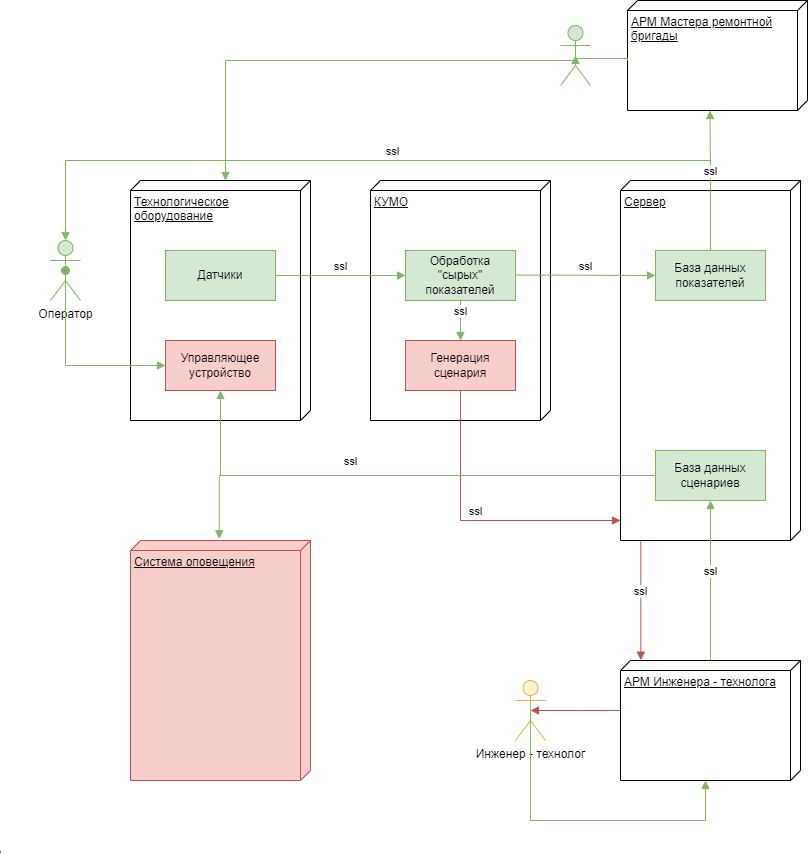
LaymBoro/course_cyberimmune_dev keeps this draw.io diagram as архитектура КУМО.png. Above is the earlier version. Source tidied: cells renumbered, new cells last; positions are measured from the earlier drawing's top-left corner, leaving out a move shared by most shapes.
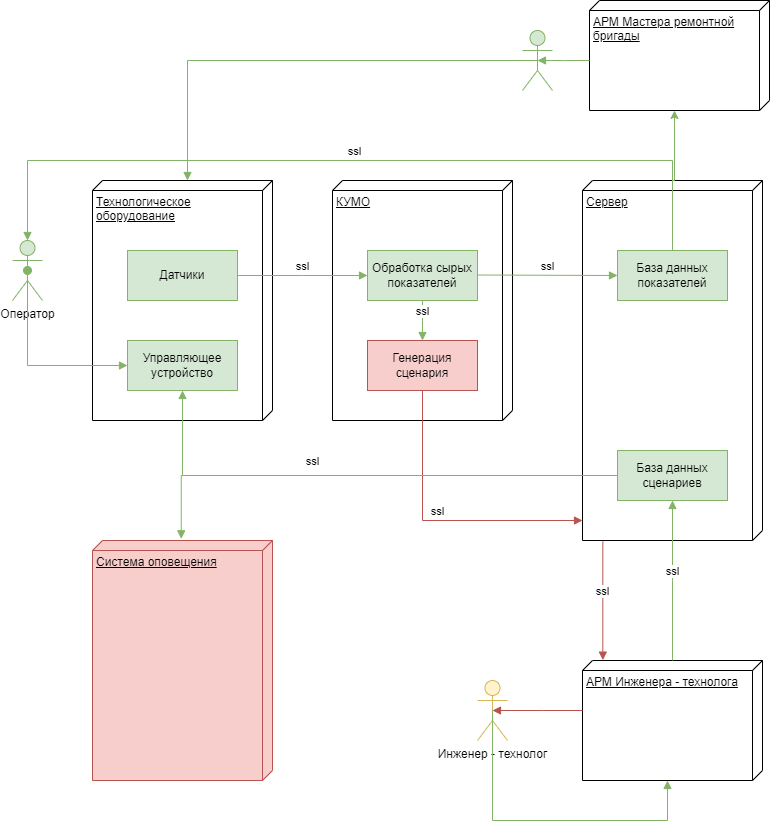
Above is the later version.

Change to the diagram source:
```diff
@@ -14,7 +14,7 @@
     <mxCell id="5" value="КУМО" style="verticalAlign=top;align=left;spacingTop=8;spacingLeft=2;spacingRight=12;shape=cube;size=10;direction=south;fontStyle=4;html=1;whiteSpace=wrap;" parent="1" vertex="1">
       <mxGeometry x="320" y="180" width="180" height="240" as="geometry" />
     </mxCell>
-    <mxCell id="6" value="Обработка &quot;сырых&quot; показателей" style="html=1;whiteSpace=wrap;fillColor=#d5e8d4;strokeColor=#82b366;" parent="1" vertex="1">
+    <mxCell id="6" value="Обработка сырых показателей" style="html=1;whiteSpace=wrap;fillColor=#d5e8d4;strokeColor=#82b366;" parent="1" vertex="1">
       <mxGeometry x="355" y="250" width="110" height="50" as="geometry" />
     </mxCell>
     <mxCell id="7" value="Сервер" style="verticalAlign=top;align=left;spacingTop=8;spacingLeft=2;spacingRight=12;shape=cube;size=10;direction=south;fontStyle=4;html=1;whiteSpace=wrap;" parent="1" vertex="1">
@@ -23,6 +23,9 @@
     <mxCell id="8" value="ssl" style="html=1;verticalAlign=bottom;endArrow=block;edgeStyle=elbowEdgeStyle;elbow=vertical;curved=0;rounded=0;exitX=1;exitY=0.5;exitDx=0;exitDy=0;entryX=0;entryY=0.5;entryDx=0;entryDy=0;fillColor=#d5e8d4;strokeColor=#82b366;" parent="1" edge="1" source="3" target="6">
       <mxGeometry relative="1" as="geometry" />
     </mxCell>
+    <mxCell id="32" style="edgeStyle=orthogonalEdgeStyle;rounded=0;jettySize=auto;html=1;exitX=0.5;exitY=0;exitDx=0;exitDy=0;entryX=0;entryY=0;entryDx=110;entryDy=95;entryPerimeter=0;fillColor=#d5e8d4;strokeColor=#82b366;" parent="1" edge="1" source="9" target="18">
+      <mxGeometry relative="1" as="geometry" />
+    </mxCell>
     <mxCell id="9" value="База данных показателей" style="html=1;whiteSpace=wrap;fillColor=#d5e8d4;strokeColor=#82b366;" parent="1" vertex="1">
       <mxGeometry x="605" y="250" width="110" height="50" as="geometry" />
     </mxCell>
@@ -44,10 +47,10 @@
     <mxCell id="13" value="ssl" style="html=1;verticalAlign=bottom;endArrow=block;edgeStyle=elbowEdgeStyle;elbow=vertical;curved=0;rounded=0;exitX=0.5;exitY=1;exitDx=0;exitDy=0;entryX=0.5;entryY=0;entryDx=0;entryDy=0;fillColor=#d5e8d4;strokeColor=#82b366;" parent="1" edge="1" source="6" target="12">
       <mxGeometry relative="1" as="geometry" />
     </mxCell>
-    <mxCell id="14" value="Управляющее устройство" style="html=1;whiteSpace=wrap;fillColor=#f8cecc;strokeColor=#b85450;" parent="1" vertex="1">
+    <mxCell id="14" value="Управляющее устройство" style="html=1;whiteSpace=wrap;fillColor=#d5e8d4;strokeColor=#82b366;" parent="1" vertex="1">
       <mxGeometry x="115" y="340" width="110" height="50" as="geometry" />
     </mxCell>
-    <mxCell id="15" value="dispatch" style="html=1;verticalAlign=bottom;startArrow=oval;startFill=1;endArrow=block;startSize=8;edgeStyle=elbowEdgeStyle;elbow=vertical;curved=0;rounded=0;exitX=0.5;exitY=0.5;exitDx=0;exitDy=0;exitPerimeter=0;entryX=0;entryY=0.5;entryDx=0;entryDy=0;fillColor=#d5e8d4;strokeColor=#82b366;" parent="1" edge="1" source="4" target="14">
+    <mxCell id="15" style="html=1;verticalAlign=bottom;startArrow=oval;startFill=1;endArrow=block;startSize=8;edgeStyle=elbowEdgeStyle;elbow=vertical;curved=0;rounded=0;exitX=0.5;exitY=0.5;exitDx=0;exitDy=0;exitPerimeter=0;entryX=0;entryY=0.5;entryDx=0;entryDy=0;fillColor=#d5e8d4;strokeColor=#82b366;" parent="1" edge="1" source="4" target="14">
       <mxGeometry x="-0.03" y="-497" relative="1" as="geometry">
         <Array as="points">
           <mxPoint x="20" y="365" />
@@ -96,7 +99,7 @@
     <mxCell id="22" value="Инженер - технолог" style="shape=umlActor;verticalLabelPosition=bottom;verticalAlign=top;html=1;fillColor=#fff2cc;strokeColor=#d6b656;" parent="1" vertex="1">
       <mxGeometry x="465" y="680" width="30" height="60" as="geometry" />
     </mxCell>
-    <mxCell id="23" value="ssl" style="html=1;verticalAlign=bottom;endArrow=block;edgeStyle=elbowEdgeStyle;elbow=vertical;curved=0;rounded=0;fillColor=#f8cecc;strokeColor=#b85450;entryX=0.5;entryY=0.5;entryDx=0;entryDy=0;entryPerimeter=0;" parent="1" edge="1" target="22">
+    <mxCell id="23" style="html=1;verticalAlign=bottom;endArrow=block;edgeStyle=elbowEdgeStyle;elbow=vertical;curved=0;rounded=0;fillColor=#f8cecc;strokeColor=#b85450;entryX=0.5;entryY=0.5;entryDx=0;entryDy=0;entryPerimeter=0;" parent="1" edge="1" target="22">
       <mxGeometry x="1" y="532" relative="1" as="geometry">
         <mxPoint x="570" y="710" as="sourcePoint" />
         <Array as="points">
@@ -111,7 +114,7 @@
         <mxPoint x="-510" y="-382" as="offset" />
       </mxGeometry>
     </mxCell>
-    <mxCell id="24" value="ssl" style="html=1;verticalAlign=bottom;endArrow=block;edgeStyle=elbowEdgeStyle;elbow=vertical;curved=0;rounded=0;exitX=0.5;exitY=0.5;exitDx=0;exitDy=0;exitPerimeter=0;entryX=0;entryY=0;entryDx=120;entryDy=95;entryPerimeter=0;fillColor=#d5e8d4;strokeColor=#82b366;" parent="1" edge="1" source="22" target="17">
+    <mxCell id="24" style="html=1;verticalAlign=bottom;endArrow=block;edgeStyle=elbowEdgeStyle;elbow=vertical;curved=0;rounded=0;exitX=0.5;exitY=0.5;exitDx=0;exitDy=0;exitPerimeter=0;entryX=0;entryY=0;entryDx=120;entryDy=95;entryPerimeter=0;fillColor=#d5e8d4;strokeColor=#82b366;" parent="1" edge="1" source="22" target="17">
       <mxGeometry x="-0.32" y="-512" relative="1" as="geometry">
         <Array as="points">
           <mxPoint x="570" y="820" />
@@ -124,12 +127,12 @@
         <mxPoint x="660" y="660" as="sourcePoint" />
       </mxGeometry>
     </mxCell>
-    <mxCell id="26" value="dispatch" style="html=1;verticalAlign=bottom;endArrow=block;edgeStyle=elbowEdgeStyle;elbow=vertical;curved=0;rounded=0;exitX=0;exitY=0.5;exitDx=0;exitDy=0;entryX=0.5;entryY=1;entryDx=0;entryDy=0;fillColor=#d5e8d4;strokeColor=#82b366;" parent="1" edge="1" source="20" target="14">
-      <mxGeometry x="0.67" y="434" relative="1" as="geometry">
+    <mxCell id="26" style="html=1;verticalAlign=bottom;endArrow=block;edgeStyle=elbowEdgeStyle;elbow=vertical;curved=0;rounded=0;exitX=0;exitY=0.5;exitDx=0;exitDy=0;entryX=0.5;entryY=1;entryDx=0;entryDy=0;fillColor=#d5e8d4;strokeColor=#82b366;" parent="1" edge="1" source="20" target="14">
+      <mxGeometry x="-1" y="-347" relative="1" as="geometry">
         <Array as="points">
           <mxPoint x="390" y="475" />
         </Array>
-        <mxPoint x="234" y="385" as="offset" />
+        <mxPoint x="145" y="32" as="offset" />
       </mxGeometry>
     </mxCell>
     <mxCell id="27" value="ssl" style="html=1;verticalAlign=bottom;endArrow=block;edgeStyle=elbowEdgeStyle;elbow=vertical;curved=0;rounded=0;entryX=-0.007;entryY=0.507;entryDx=0;entryDy=0;entryPerimeter=0;exitX=0;exitY=0.5;exitDx=0;exitDy=0;fillColor=#d5e8d4;strokeColor=#82b366;" parent="1" edge="1" source="20" target="19">
@@ -139,26 +142,20 @@
         </Array>
       </mxGeometry>
     </mxCell>
-    <mxCell id="28" value="ssl" style="html=1;verticalAlign=bottom;endArrow=block;edgeStyle=elbowEdgeStyle;elbow=vertical;curved=0;rounded=0;entryX=0.5;entryY=1;entryDx=0;entryDy=0;fillColor=#d5e8d4;strokeColor=#82b366;" parent="1" edge="1">
-      <mxGeometry relative="1" as="geometry">
-        <mxPoint x="660" y="250" as="sourcePoint" />
-        <mxPoint x="659.5" y="110" as="targetPoint" />
-      </mxGeometry>
-    </mxCell>
     <mxCell id="29" style="shape=umlActor;verticalLabelPosition=bottom;verticalAlign=top;html=1;fillColor=#d5e8d4;strokeColor=#82b366;" parent="1" vertex="1">
-      <mxGeometry x="510" y="25" width="30" height="60" as="geometry" />
+      <mxGeometry x="510" y="30" width="30" height="60" as="geometry" />
     </mxCell>
-    <mxCell id="30" value="dispatch" style="html=1;verticalAlign=bottom;endArrow=block;edgeStyle=elbowEdgeStyle;elbow=vertical;curved=0;rounded=0;exitX=0;exitY=0;exitDx=60;exitDy=180;exitPerimeter=0;entryX=0.5;entryY=0.5;entryDx=0;entryDy=0;entryPerimeter=0;fillColor=#d5e8d4;strokeColor=#82b366;" parent="1" edge="1" source="18" target="29">
+    <mxCell id="30" style="html=1;verticalAlign=bottom;endArrow=block;edgeStyle=elbowEdgeStyle;elbow=vertical;curved=0;rounded=0;exitX=0;exitY=0;exitDx=60;exitDy=180;entryX=0.5;entryY=0.5;entryDx=0;entryDy=0;entryPerimeter=0;fillColor=#d5e8d4;strokeColor=#82b366;exitPerimeter=0;" parent="1" edge="1" source="18" target="29">
       <mxGeometry x="0.89" y="975" relative="1" as="geometry">
         <mxPoint x="420" y="802" as="offset" />
       </mxGeometry>
     </mxCell>
-    <mxCell id="31" value="dispatch" style="html=1;verticalAlign=bottom;endArrow=block;edgeStyle=elbowEdgeStyle;elbow=vertical;curved=0;rounded=0;exitX=0.5;exitY=0.5;exitDx=0;exitDy=0;exitPerimeter=0;entryX=0;entryY=0;entryDx=0;entryDy=85;entryPerimeter=0;fillColor=#d5e8d4;strokeColor=#82b366;" parent="1" edge="1" source="29" target="2">
-      <mxGeometry x="1" y="-710" relative="1" as="geometry">
+    <mxCell id="31" style="html=1;verticalAlign=bottom;endArrow=block;edgeStyle=elbowEdgeStyle;elbow=vertical;curved=0;rounded=0;exitX=0.5;exitY=0.5;exitDx=0;exitDy=0;exitPerimeter=0;entryX=0;entryY=0;entryDx=0;entryDy=85;entryPerimeter=0;fillColor=#d5e8d4;strokeColor=#82b366;" parent="1" edge="1" source="29" target="2">
+      <mxGeometry x="-1" y="591" relative="1" as="geometry">
         <Array as="points">
-          <mxPoint x="360" y="60" />
+          <mxPoint x="350" y="60" />
         </Array>
-        <mxPoint x="505" y="680" as="offset" />
+        <mxPoint x="215" y="-41" as="offset" />
       </mxGeometry>
     </mxCell>
   </root>
```
